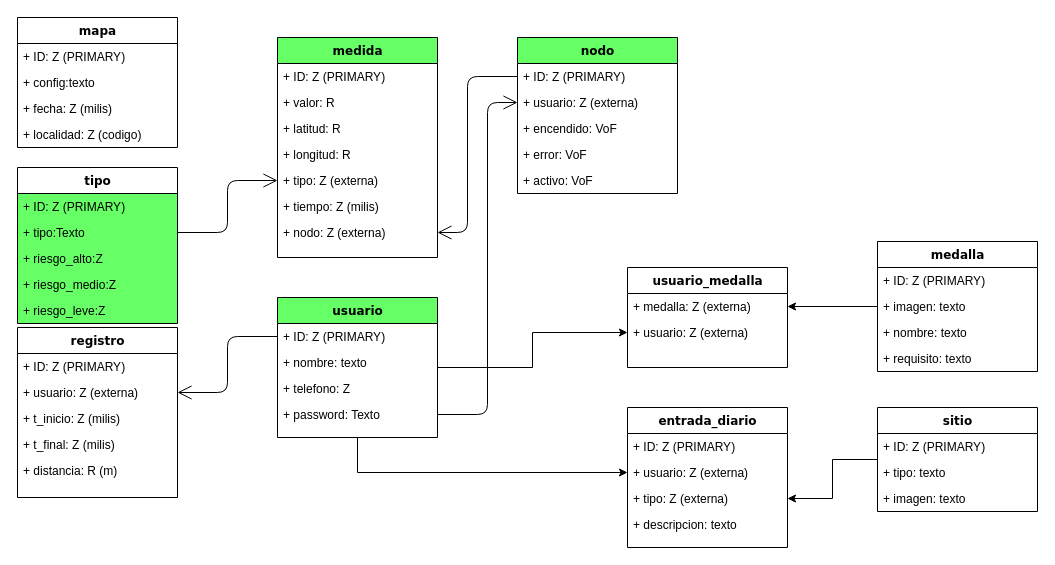
Earlier version of the draw.io diagram docs/BBDD_M1.drawio (pdepau/TerrenoEco_Backend). Source tidied: cells renumbered, new cells numbered last; positions are measured from the earlier drawing's top-left corner, leaving out a move shared by most shapes. Both pictures are drawn from the tidied source at 100%, with x=0, y=0 at pixel (17, 17).
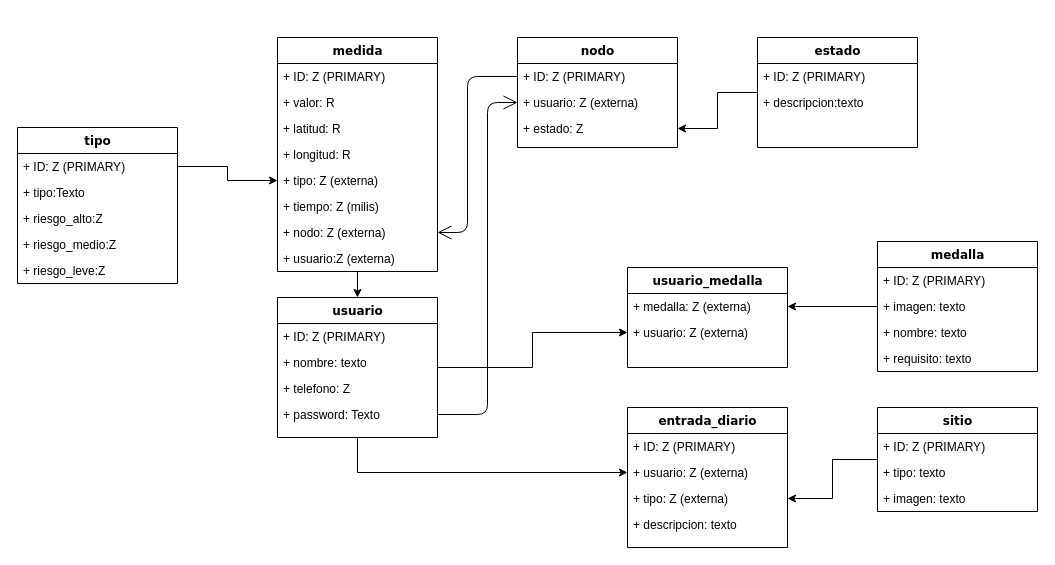
Above is the later version.

Unchanged cells that the change refers to:
```xml
<mxCell id="5" value="+ ID: Z (PRIMARY)" style="text;html=1;strokeColor=none;fillColor=none;align=left;verticalAlign=top;spacingLeft=4;spacingRight=4;whiteSpace=wrap;overflow=hidden;points=[[0,0.5],[1,0.5]];portConstraint=eastwest;" parent="4" vertex="1">
  <mxGeometry y="26" width="160" height="26" as="geometry" />
</mxCell>
<mxCell id="14" value="+ tipo: Z (externa)" style="text;html=1;strokeColor=none;fillColor=none;align=left;verticalAlign=top;spacingLeft=4;spacingRight=4;whiteSpace=wrap;overflow=hidden;points=[[0,0.5],[1,0.5]];portConstraint=eastwest;" parent="9" vertex="1">
  <mxGeometry y="130" width="160" height="26" as="geometry" />
</mxCell>
<mxCell id="33" value="+ ID: Z (PRIMARY)" style="text;html=1;strokeColor=none;fillColor=none;align=left;verticalAlign=top;spacingLeft=4;spacingRight=4;whiteSpace=wrap;overflow=hidden;points=[[0,0.5],[1,0.5]];portConstraint=eastwest;" parent="32" vertex="1">
  <mxGeometry y="26" width="160" height="26" as="geometry" />
</mxCell>
<mxCell id="34" value="+ tipo:Texto" style="text;html=1;strokeColor=none;fillColor=none;align=left;verticalAlign=top;spacingLeft=4;spacingRight=4;whiteSpace=wrap;overflow=hidden;points=[[0,0.5],[1,0.5]];portConstraint=eastwest;" parent="32" vertex="1">
  <mxGeometry y="52" width="160" height="26" as="geometry" />
</mxCell>
```

The edit, as a diff of the source:
```diff
@@
-    <mxCell id="4" value="usuario" style="swimlane;html=1;fontStyle=1;align=center;verticalAlign=top;horizontal=1;startSize=26;swimlaneFillColor=#ffffff;rounded=0;shadow=0;comic=0;labelBackgroundColor=none;strokeWidth=1;fillColor=#66FF66;fontFamily=Verdana;fontSize=12;" parent="1" vertex="1">
+    <mxCell id="4" value="usuario" style="swimlane;html=1;fontStyle=1;align=center;verticalAlign=top;horizontal=1;startSize=26;swimlaneFillColor=#ffffff;rounded=0;shadow=0;comic=0;labelBackgroundColor=none;strokeWidth=1;fillColor=none;fontFamily=Verdana;fontSize=12;" parent="1" vertex="1">
       <mxGeometry x="260" y="280" width="160" height="140" as="geometry" />
     </mxCell>
@@
+    <mxCell id="63" style="edgeStyle=orthogonalEdgeStyle;rounded=0;jettySize=auto;html=1;entryX=0.5;entryY=0;entryDx=0;entryDy=0;" parent="1" edge="1" source="9" target="4">
+      <mxGeometry relative="1" as="geometry" />
+    </mxCell>
-    <mxCell id="9" value="medida" style="swimlane;html=1;fontStyle=1;align=center;verticalAlign=top;horizontal=1;startSize=26;swimlaneFillColor=#ffffff;rounded=0;shadow=0;comic=0;labelBackgroundColor=none;strokeWidth=1;fillColor=#66FF66;fontFamily=Verdana;fontSize=12;" parent="1" vertex="1">
-      <mxGeometry x="260" y="20" width="160" height="220" as="geometry" />
+    <mxCell id="9" value="medida" style="swimlane;html=1;fontStyle=1;align=center;verticalAlign=top;horizontal=1;startSize=26;swimlaneFillColor=#ffffff;rounded=0;shadow=0;comic=0;labelBackgroundColor=none;strokeWidth=1;fillColor=none;fontFamily=Verdana;fontSize=12;" parent="1" vertex="1">
+      <mxGeometry x="260" y="20" width="160" height="234" as="geometry" />
     </mxCell>
@@
+    <mxCell id="64" value="+ usuario:Z (externa)" style="text;html=1;strokeColor=none;fillColor=none;align=left;verticalAlign=top;spacingLeft=4;spacingRight=4;whiteSpace=wrap;overflow=hidden;" parent="9" vertex="1">
+      <mxGeometry y="208" width="160" height="26" as="geometry" />
+    </mxCell>
-    <mxCell id="17" value="nodo" style="swimlane;html=1;fontStyle=1;align=center;verticalAlign=top;horizontal=1;startSize=26;swimlaneFillColor=#ffffff;rounded=0;shadow=0;comic=0;labelBackgroundColor=none;strokeWidth=1;fillColor=#66FF66;fontFamily=Verdana;fontSize=12;" parent="1" vertex="1">
-      <mxGeometry x="500" y="20" width="160" height="156" as="geometry" />
+    <mxCell id="17" value="nodo" style="swimlane;html=1;fontStyle=1;align=center;verticalAlign=top;horizontal=1;startSize=26;swimlaneFillColor=#ffffff;rounded=0;shadow=0;comic=0;labelBackgroundColor=none;strokeWidth=1;fillColor=none;fontFamily=Verdana;fontSize=12;" parent="1" vertex="1">
+      <mxGeometry x="500" y="20" width="160" height="110" as="geometry" />
     </mxCell>
@@
-    <mxCell id="20" value="+ encendido: VoF" style="text;html=1;strokeColor=none;fillColor=none;align=left;verticalAlign=top;spacingLeft=4;spacingRight=4;whiteSpace=wrap;overflow=hidden;" parent="17" vertex="1">
-      <mxGeometry y="78" width="160" height="26" as="geometry" />
-    </mxCell>
-    <mxCell id="21" value="+ error: VoF" style="text;html=1;strokeColor=none;fillColor=none;align=left;verticalAlign=top;spacingLeft=4;spacingRight=4;whiteSpace=wrap;overflow=hidden;points=[[0,0.5],[1,0.5]];portConstraint=eastwest;" parent="17" vertex="1">
-      <mxGeometry y="104" width="160" height="26" as="geometry" />
+    <mxCell id="21" value="+ estado: Z" style="text;html=1;strokeColor=none;fillColor=none;align=left;verticalAlign=top;spacingLeft=4;spacingRight=4;whiteSpace=wrap;overflow=hidden;points=[[0,0.5],[1,0.5]];portConstraint=eastwest;" parent="17" vertex="1">
+      <mxGeometry y="78" width="160" height="26" as="geometry" />
     </mxCell>
-    <mxCell id="22" value="+ activo: VoF" style="text;html=1;strokeColor=none;fillColor=none;align=left;verticalAlign=top;spacingLeft=4;spacingRight=4;whiteSpace=wrap;overflow=hidden;" parent="17" vertex="1">
-      <mxGeometry y="130" width="160" height="26" as="geometry" />
-    </mxCell>
@@
-    <mxCell id="25" value="registro" style="swimlane;html=1;fontStyle=1;align=center;verticalAlign=top;horizontal=1;startSize=26;swimlaneFillColor=#ffffff;rounded=0;shadow=0;comic=0;labelBackgroundColor=none;strokeWidth=1;fillColor=none;fontFamily=Verdana;fontSize=12;" parent="1" vertex="1">
-      <mxGeometry y="310" width="160" height="170" as="geometry" />
-    </mxCell>
-    <mxCell id="26" value="+ ID: Z (PRIMARY)" style="text;html=1;strokeColor=none;fillColor=none;align=left;verticalAlign=top;spacingLeft=4;spacingRight=4;whiteSpace=wrap;overflow=hidden;" parent="25" vertex="1">
-      <mxGeometry y="26" width="160" height="26" as="geometry" />
-    </mxCell>
-    <mxCell id="27" value="+ usuario: Z (externa)" style="text;html=1;strokeColor=none;fillColor=none;align=left;verticalAlign=top;spacingLeft=4;spacingRight=4;whiteSpace=wrap;overflow=hidden;points=[[0,0.5],[1,0.5]];portConstraint=eastwest;" parent="25" vertex="1">
-      <mxGeometry y="52" width="160" height="26" as="geometry" />
-    </mxCell>
-    <mxCell id="28" value="+ t_inicio: Z (milis)" style="text;html=1;strokeColor=none;fillColor=none;align=left;verticalAlign=top;spacingLeft=4;spacingRight=4;whiteSpace=wrap;overflow=hidden;" parent="25" vertex="1">
-      <mxGeometry y="78" width="160" height="26" as="geometry" />
-    </mxCell>
-    <mxCell id="29" value="+ t_final: Z (milis)" style="text;html=1;strokeColor=none;fillColor=none;align=left;verticalAlign=top;spacingLeft=4;spacingRight=4;whiteSpace=wrap;overflow=hidden;" parent="25" vertex="1">
-      <mxGeometry y="104" width="160" height="26" as="geometry" />
-    </mxCell>
-    <mxCell id="30" value="+ distancia: R (m)" style="text;html=1;strokeColor=none;fillColor=none;align=left;verticalAlign=top;spacingLeft=4;spacingRight=4;whiteSpace=wrap;overflow=hidden;" parent="25" vertex="1">
-      <mxGeometry y="130" width="160" height="26" as="geometry" />
-    </mxCell>
-    <mxCell id="31" style="endArrow=open;endFill=1;endSize=12;html=1;strokeColor=#000000;exitX=0;exitY=0.5;exitDx=0;exitDy=0;entryX=1;entryY=0.5;entryDx=0;entryDy=0;edgeStyle=orthogonalEdgeStyle;" parent="1" edge="1" source="5" target="27">
-      <mxGeometry relative="1" as="geometry" />
-    </mxCell>
-    <mxCell id="32" value="tipo" style="swimlane;html=1;fontStyle=1;align=center;verticalAlign=top;horizontal=1;startSize=26;swimlaneFillColor=#66FF66;rounded=0;shadow=0;comic=0;labelBackgroundColor=none;strokeWidth=1;fillColor=none;fontFamily=Verdana;fontSize=12;" parent="1" vertex="1">
-      <mxGeometry y="150" width="160" height="156" as="geometry" />
+    <mxCell id="32" value="tipo" style="swimlane;html=1;fontStyle=1;align=center;verticalAlign=top;horizontal=1;startSize=26;swimlaneFillColor=#ffffff;rounded=0;shadow=0;comic=0;labelBackgroundColor=none;strokeWidth=1;fillColor=none;fontFamily=Verdana;fontSize=12;" parent="1" vertex="1">
+      <mxGeometry y="110" width="160" height="156" as="geometry" />
     </mxCell>
@@
-    <mxCell id="38" style="endArrow=open;html=1;exitX=1;exitY=0.5;exitDx=0;exitDy=0;entryX=0;entryY=0.5;entryDx=0;entryDy=0;edgeStyle=orthogonalEdgeStyle;endFill=0;endSize=12;" parent="1" edge="1" source="34" target="14">
-      <mxGeometry relative="1" as="geometry" />
-    </mxCell>
-    <mxCell id="39" value="mapa" style="swimlane;html=1;fontStyle=1;align=center;verticalAlign=top;horizontal=1;startSize=26;swimlaneFillColor=#ffffff;rounded=0;shadow=0;comic=0;labelBackgroundColor=none;strokeWidth=1;fillColor=none;fontFamily=Verdana;fontSize=12;" parent="1" vertex="1">
-      <mxGeometry width="160" height="130" as="geometry" />
-    </mxCell>
-    <mxCell id="40" value="+ ID: Z (PRIMARY)" style="text;html=1;strokeColor=none;fillColor=none;align=left;verticalAlign=top;spacingLeft=4;spacingRight=4;whiteSpace=wrap;overflow=hidden;" parent="39" vertex="1">
-      <mxGeometry y="26" width="160" height="26" as="geometry" />
-    </mxCell>
-    <mxCell id="41" value="+ config:texto" style="text;html=1;strokeColor=none;fillColor=none;align=left;verticalAlign=top;spacingLeft=4;spacingRight=4;whiteSpace=wrap;overflow=hidden;" parent="39" vertex="1">
-      <mxGeometry y="52" width="160" height="26" as="geometry" />
-    </mxCell>
-    <mxCell id="42" value="+ fecha: Z (milis)" style="text;html=1;strokeColor=none;fillColor=none;align=left;verticalAlign=top;spacingLeft=4;spacingRight=4;whiteSpace=wrap;overflow=hidden;" parent="39" vertex="1">
-      <mxGeometry y="78" width="160" height="26" as="geometry" />
-    </mxCell>
-    <mxCell id="43" value="+ localidad: Z (codigo)" style="text;html=1;strokeColor=none;fillColor=none;align=left;verticalAlign=top;spacingLeft=4;spacingRight=4;whiteSpace=wrap;overflow=hidden;" parent="39" vertex="1">
-      <mxGeometry y="104" width="160" height="26" as="geometry" />
-    </mxCell>
@@
+    <mxCell id="65" style="edgeStyle=orthogonalEdgeStyle;rounded=0;jettySize=auto;html=1;" parent="1" edge="1" source="33" target="14">
+      <mxGeometry relative="1" as="geometry" />
+    </mxCell>
+    <mxCell id="66" style="edgeStyle=orthogonalEdgeStyle;rounded=0;jettySize=auto;html=1;entryX=1;entryY=0.5;entryDx=0;entryDy=0;" parent="1" edge="1" source="67" target="21">
+      <mxGeometry relative="1" as="geometry" />
+    </mxCell>
+    <mxCell id="67" value="estado" style="swimlane;html=1;fontStyle=1;align=center;verticalAlign=top;horizontal=1;startSize=26;swimlaneFillColor=#ffffff;rounded=0;shadow=0;comic=0;labelBackgroundColor=none;strokeWidth=1;fillColor=none;fontFamily=Verdana;fontSize=12;" parent="1" vertex="1">
+      <mxGeometry x="740" y="20" width="160" height="110" as="geometry" />
+    </mxCell>
+    <mxCell id="68" value="+ ID: Z (PRIMARY)" style="text;html=1;strokeColor=none;fillColor=none;align=left;verticalAlign=top;spacingLeft=4;spacingRight=4;whiteSpace=wrap;overflow=hidden;" parent="67" vertex="1">
+      <mxGeometry y="26" width="160" height="26" as="geometry" />
+    </mxCell>
+    <mxCell id="69" value="+ descripcion:texto" style="text;html=1;strokeColor=none;fillColor=none;align=left;verticalAlign=top;spacingLeft=4;spacingRight=4;whiteSpace=wrap;overflow=hidden;" parent="67" vertex="1">
+      <mxGeometry y="52" width="160" height="26" as="geometry" />
+    </mxCell>
```
